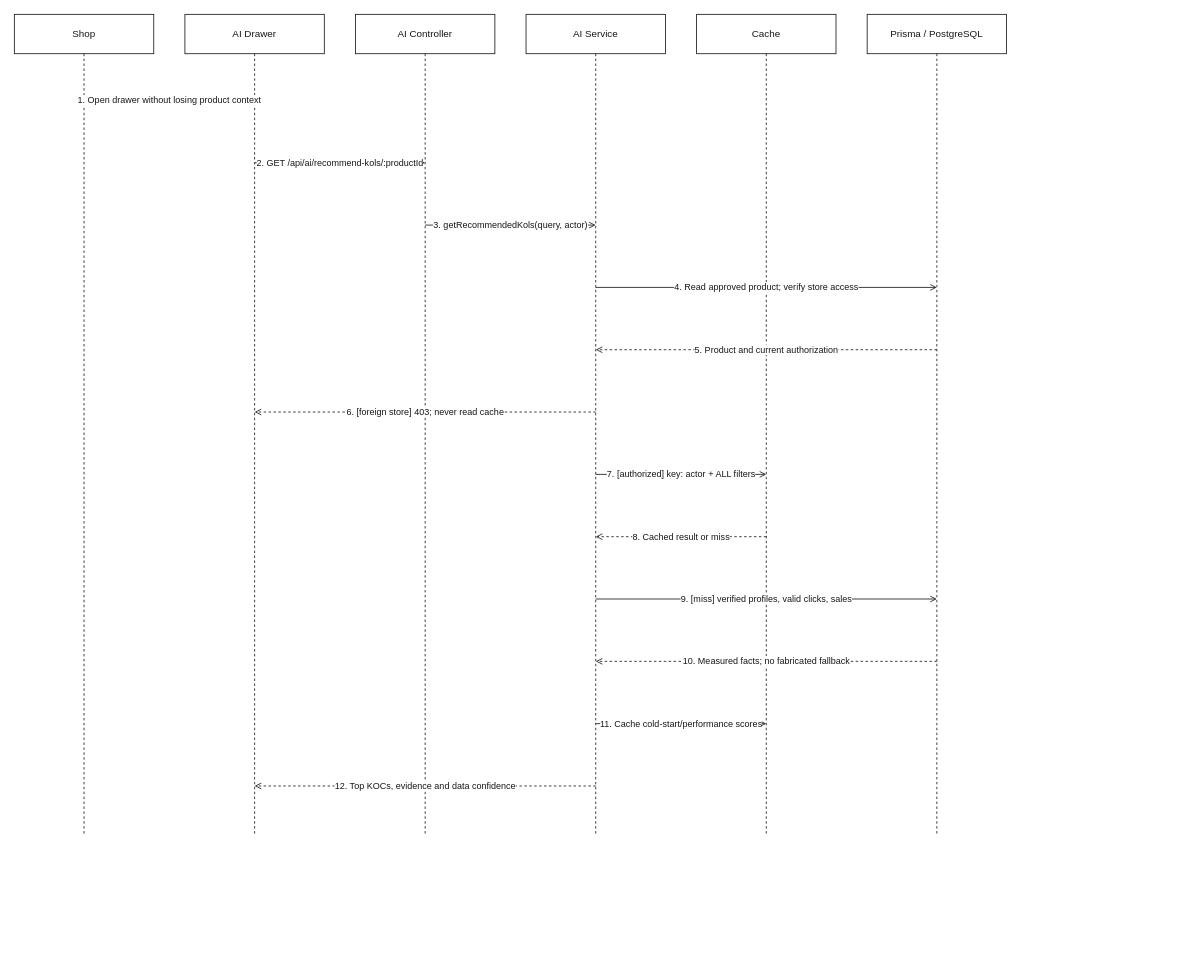
Before: page "KOC Recommendation and Private Cache" (2 of 5) of docs/thinh-flow-2-3/diagrams/Sequence-Diagram.drawio in thang-nt25/SCANMS-project-capstone-fall26, a draw.io diagram. Source tidied: cells renumbered, new cells numbered last; positions are measured from the earlier drawing's top-left corner, leaving out a move shared by most shapes. Both pictures are drawn from the tidied source at 82%, with x=0, y=0 at pixel (14, 14).
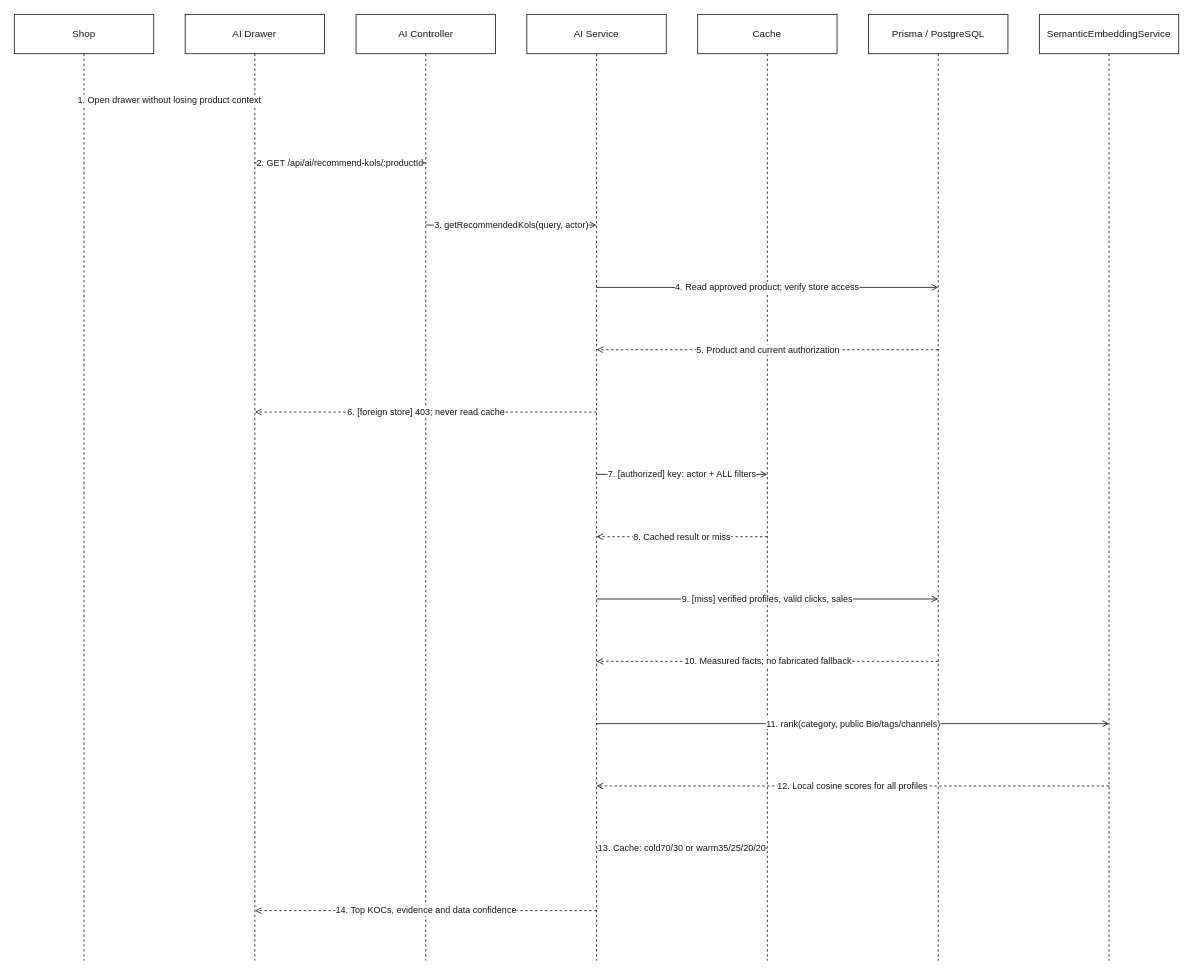
The same diagram, later.

Diff of the diagram source:
```diff
@@
     <mxCell id="2" value="Shop" style="shape=umlLifeline;html=1;perimeter=lifelinePerimeter;whiteSpace=wrap;fillColor=#FFFFFF;strokeColor=#1A1612;fontColor=#1A1612;size=48;" parent="1" vertex="1">
-      <mxGeometry width="170" height="1002" as="geometry" />
+      <mxGeometry width="170" height="1154" as="geometry" />
     </mxCell>
     <mxCell id="3" value="AI Drawer" style="shape=umlLifeline;html=1;perimeter=lifelinePerimeter;whiteSpace=wrap;fillColor=#FFFFFF;strokeColor=#1A1612;fontColor=#1A1612;size=48;" parent="1" vertex="1">
-      <mxGeometry x="208" width="170" height="1002" as="geometry" />
+      <mxGeometry x="208.3" width="170" height="1154" as="geometry" />
     </mxCell>
     <mxCell id="4" value="AI Controller" style="shape=umlLifeline;html=1;perimeter=lifelinePerimeter;whiteSpace=wrap;fillColor=#FFFFFF;strokeColor=#1A1612;fontColor=#1A1612;size=48;" parent="1" vertex="1">
-      <mxGeometry x="416" width="170" height="1002" as="geometry" />
+      <mxGeometry x="416.7" width="170" height="1154" as="geometry" />
     </mxCell>
     <mxCell id="5" value="AI Service" style="shape=umlLifeline;html=1;perimeter=lifelinePerimeter;whiteSpace=wrap;fillColor=#FFFFFF;strokeColor=#1A1612;fontColor=#1A1612;size=48;" parent="1" vertex="1">
-      <mxGeometry x="624" width="170" height="1002" as="geometry" />
+      <mxGeometry x="625" width="170" height="1154" as="geometry" />
     </mxCell>
     <mxCell id="6" value="Cache" style="shape=umlLifeline;html=1;perimeter=lifelinePerimeter;whiteSpace=wrap;fillColor=#FFFFFF;strokeColor=#1A1612;fontColor=#1A1612;size=48;" parent="1" vertex="1">
-      <mxGeometry x="832" width="170" height="1002" as="geometry" />
+      <mxGeometry x="833.3" width="170" height="1154" as="geometry" />
     </mxCell>
     <mxCell id="7" value="Prisma / PostgreSQL" style="shape=umlLifeline;html=1;perimeter=lifelinePerimeter;whiteSpace=wrap;fillColor=#FFFFFF;strokeColor=#1A1612;fontColor=#1A1612;size=48;" parent="1" vertex="1">
-      <mxGeometry x="1040" width="170" height="1002" as="geometry" />
+      <mxGeometry x="1041.7" width="170" height="1154" as="geometry" />
     </mxCell>
+    <mxCell id="20" value="SemanticEmbeddingService" style="shape=umlLifeline;html=1;perimeter=lifelinePerimeter;whiteSpace=wrap;fillColor=#FFFFFF;strokeColor=#1A1612;fontColor=#1A1612;size=48;" parent="1" vertex="1">
+      <mxGeometry x="1250" width="170" height="1154" as="geometry" />
+    </mxCell>
     <mxCell id="8" value="1. Open drawer without losing product context" style="html=1;endArrow=open;strokeColor=#1A1612;fontColor=#1A1612;labelBackgroundColor=#FFFFFF;" parent="1" edge="1">
       <mxGeometry relative="1" as="geometry">
         <mxPoint x="85" y="105" as="sourcePoint" />
-        <mxPoint x="293" y="105" as="targetPoint" />
+        <mxPoint x="293.3" y="105" as="targetPoint" />
       </mxGeometry>
     </mxCell>
     <mxCell id="9" value="2. GET /api/ai/recommend-kols/:productId" style="html=1;endArrow=open;strokeColor=#1A1612;fontColor=#1A1612;labelBackgroundColor=#FFFFFF;" parent="1" edge="1">
       <mxGeometry relative="1" as="geometry">
-        <mxPoint x="293" y="181" as="sourcePoint" />
-        <mxPoint x="501" y="181" as="targetPoint" />
+        <mxPoint x="293.3" y="181" as="sourcePoint" />
+        <mxPoint x="501.7" y="181" as="targetPoint" />
       </mxGeometry>
     </mxCell>
     <mxCell id="10" value="3. getRecommendedKols(query, actor)" style="html=1;endArrow=open;strokeColor=#1A1612;fontColor=#1A1612;labelBackgroundColor=#FFFFFF;" parent="1" edge="1">
       <mxGeometry relative="1" as="geometry">
-        <mxPoint x="501" y="257" as="sourcePoint" />
-        <mxPoint x="709" y="257" as="targetPoint" />
+        <mxPoint x="501.7" y="257" as="sourcePoint" />
+        <mxPoint x="710" y="257" as="targetPoint" />
       </mxGeometry>
     </mxCell>
     <mxCell id="11" value="4. Read approved product; verify store access" style="html=1;endArrow=open;strokeColor=#1A1612;fontColor=#1A1612;labelBackgroundColor=#FFFFFF;" parent="1" edge="1">
       <mxGeometry relative="1" as="geometry">
-        <mxPoint x="709" y="333" as="sourcePoint" />
-        <mxPoint x="1125" y="333" as="targetPoint" />
+        <mxPoint x="710" y="333" as="sourcePoint" />
+        <mxPoint x="1126.7" y="333" as="targetPoint" />
       </mxGeometry>
     </mxCell>
     <mxCell id="12" value="5. Product and current authorization" style="html=1;endArrow=open;strokeColor=#1A1612;fontColor=#1A1612;labelBackgroundColor=#FFFFFF;dashed=1;" parent="1" edge="1">
       <mxGeometry relative="1" as="geometry">
-        <mxPoint x="1125" y="409" as="sourcePoint" />
-        <mxPoint x="709" y="409" as="targetPoint" />
+        <mxPoint x="1126.7" y="409" as="sourcePoint" />
+        <mxPoint x="710" y="409" as="targetPoint" />
       </mxGeometry>
     </mxCell>
     <mxCell id="13" value="6. [foreign store] 403; never read cache" style="html=1;endArrow=open;strokeColor=#1A1612;fontColor=#1A1612;labelBackgroundColor=#FFFFFF;dashed=1;" parent="1" edge="1">
       <mxGeometry relative="1" as="geometry">
-        <mxPoint x="709" y="485" as="sourcePoint" />
-        <mxPoint x="293" y="485" as="targetPoint" />
+        <mxPoint x="710" y="485" as="sourcePoint" />
+        <mxPoint x="293.3" y="485" as="targetPoint" />
       </mxGeometry>
     </mxCell>
     <mxCell id="14" value="7. [authorized] key: actor + ALL filters" style="html=1;endArrow=open;strokeColor=#1A1612;fontColor=#1A1612;labelBackgroundColor=#FFFFFF;" parent="1" edge="1">
       <mxGeometry relative="1" as="geometry">
-        <mxPoint x="709" y="561" as="sourcePoint" />
-        <mxPoint x="917" y="561" as="targetPoint" />
+        <mxPoint x="710" y="561" as="sourcePoint" />
+        <mxPoint x="918.3" y="561" as="targetPoint" />
       </mxGeometry>
     </mxCell>
     <mxCell id="15" value="8. Cached result or miss" style="html=1;endArrow=open;strokeColor=#1A1612;fontColor=#1A1612;labelBackgroundColor=#FFFFFF;dashed=1;" parent="1" edge="1">
       <mxGeometry relative="1" as="geometry">
-        <mxPoint x="917" y="637" as="sourcePoint" />
-        <mxPoint x="709" y="637" as="targetPoint" />
+        <mxPoint x="918.3" y="637" as="sourcePoint" />
+        <mxPoint x="710" y="637" as="targetPoint" />
       </mxGeometry>
     </mxCell>
     <mxCell id="16" value="9. [miss] verified profiles, valid clicks, sales" style="html=1;endArrow=open;strokeColor=#1A1612;fontColor=#1A1612;labelBackgroundColor=#FFFFFF;" parent="1" edge="1">
       <mxGeometry relative="1" as="geometry">
-        <mxPoint x="709" y="713" as="sourcePoint" />
-        <mxPoint x="1125" y="713" as="targetPoint" />
+        <mxPoint x="710" y="713" as="sourcePoint" />
+        <mxPoint x="1126.7" y="713" as="targetPoint" />
       </mxGeometry>
     </mxCell>
     <mxCell id="17" value="10. Measured facts; no fabricated fallback" style="html=1;endArrow=open;strokeColor=#1A1612;fontColor=#1A1612;labelBackgroundColor=#FFFFFF;dashed=1;" parent="1" edge="1">
       <mxGeometry relative="1" as="geometry">
-        <mxPoint x="1125" y="789" as="sourcePoint" />
-        <mxPoint x="709" y="789" as="targetPoint" />
+        <mxPoint x="1126.7" y="789" as="sourcePoint" />
+        <mxPoint x="710" y="789" as="targetPoint" />
       </mxGeometry>
     </mxCell>
-    <mxCell id="18" value="11. Cache cold-start/performance scores" style="html=1;endArrow=open;strokeColor=#1A1612;fontColor=#1A1612;labelBackgroundColor=#FFFFFF;" parent="1" edge="1">
+    <mxCell id="18" value="11. rank(category, public Bio/tags/channels)" style="html=1;endArrow=open;strokeColor=#1A1612;fontColor=#1A1612;labelBackgroundColor=#FFFFFF;" parent="1" edge="1">
       <mxGeometry relative="1" as="geometry">
-        <mxPoint x="709" y="865" as="sourcePoint" />
-        <mxPoint x="917" y="865" as="targetPoint" />
+        <mxPoint x="710" y="865" as="sourcePoint" />
+        <mxPoint x="1335" y="865" as="targetPoint" />
       </mxGeometry>
     </mxCell>
-    <mxCell id="19" value="12. Top KOCs, evidence and data confidence" style="html=1;endArrow=open;strokeColor=#1A1612;fontColor=#1A1612;labelBackgroundColor=#FFFFFF;dashed=1;" parent="1" edge="1">
+    <mxCell id="19" value="12. Local cosine scores for all profiles" style="html=1;endArrow=open;strokeColor=#1A1612;fontColor=#1A1612;labelBackgroundColor=#FFFFFF;dashed=1;" parent="1" edge="1">
       <mxGeometry relative="1" as="geometry">
-        <mxPoint x="709" y="941" as="sourcePoint" />
-        <mxPoint x="293" y="941" as="targetPoint" />
+        <mxPoint x="1335" y="941" as="sourcePoint" />
+        <mxPoint x="710" y="941" as="targetPoint" />
       </mxGeometry>
     </mxCell>
+    <mxCell id="21" value="13. Cache: cold70/30 or warm35/25/20/20" style="html=1;endArrow=open;strokeColor=#1A1612;fontColor=#1A1612;labelBackgroundColor=#FFFFFF;" parent="1" edge="1">
+      <mxGeometry relative="1" as="geometry">
+        <mxPoint x="710" y="1017" as="sourcePoint" />
+        <mxPoint x="918.3" y="1017" as="targetPoint" />
+      </mxGeometry>
+    </mxCell>
+    <mxCell id="22" value="14. Top KOCs, evidence and data confidence" style="html=1;endArrow=open;strokeColor=#1A1612;fontColor=#1A1612;labelBackgroundColor=#FFFFFF;dashed=1;" parent="1" edge="1">
+      <mxGeometry relative="1" as="geometry">
+        <mxPoint x="710" y="1093" as="sourcePoint" />
+        <mxPoint x="293.3" y="1093" as="targetPoint" />
+      </mxGeometry>
+    </mxCell>
```
